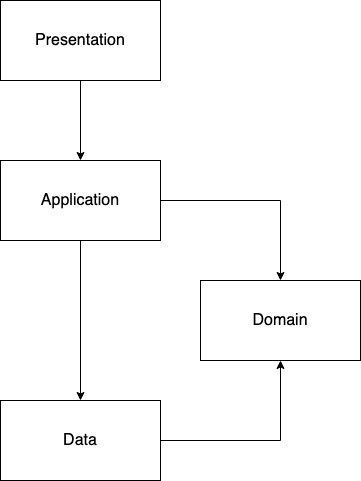
This is clean-architecture.png from bohdanmoroziuk/booky, a draw.io export, as it was before one commit. Source tidied: cells renumbered, new cells last; positions are measured from the earlier drawing's top-left corner, leaving out a move shared by most shapes.
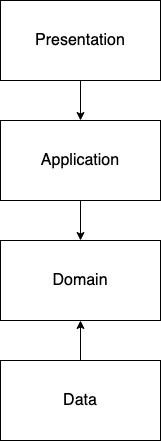
The same file after the commit.

Commit message:
fix: add correct diagram

What changed in the source:
```diff
@@ -6,33 +6,22 @@
       <mxGeometry width="160" height="80" as="geometry" />
     </mxCell>
     <mxCell id="3" value="&lt;font style=&quot;font-size: 16px;&quot;&gt;Domain&lt;/font&gt;" style="rounded=0;whiteSpace=wrap;html=1;" parent="1" vertex="1">
-      <mxGeometry x="200" y="280" width="160" height="80" as="geometry" />
+      <mxGeometry y="240" width="160" height="80" as="geometry" />
     </mxCell>
     <mxCell id="4" value="&lt;font style=&quot;font-size: 16px;&quot;&gt;Data&lt;/font&gt;" style="rounded=0;whiteSpace=wrap;html=1;" parent="1" vertex="1">
-      <mxGeometry y="400" width="160" height="80" as="geometry" />
+      <mxGeometry y="360" width="160" height="80" as="geometry" />
     </mxCell>
     <mxCell id="5" value="&lt;font style=&quot;font-size: 16px;&quot;&gt;Application&lt;/font&gt;" style="rounded=0;whiteSpace=wrap;html=1;" parent="1" vertex="1">
-      <mxGeometry y="160" width="160" height="80" as="geometry" />
+      <mxGeometry y="120" width="160" height="80" as="geometry" />
     </mxCell>
     <mxCell id="6" style="endArrow=classic;html=1;rounded=0;exitX=0.5;exitY=1;exitDx=0;exitDy=0;entryX=0.5;entryY=0;entryDx=0;entryDy=0;" parent="1" edge="1" source="2" target="5">
       <mxGeometry relative="1" as="geometry" />
     </mxCell>
-    <mxCell id="7" style="endArrow=classic;html=1;rounded=0;exitX=1;exitY=0.5;exitDx=0;exitDy=0;entryX=0.5;entryY=0;entryDx=0;entryDy=0;" parent="1" edge="1" source="5" target="3">
-      <mxGeometry relative="1" as="geometry">
-        <Array as="points">
-          <mxPoint x="280" y="200" />
-        </Array>
-      </mxGeometry>
+    <mxCell id="7" style="endArrow=classic;html=1;rounded=0;entryX=0.5;entryY=0;entryDx=0;entryDy=0;exitX=0.5;exitY=1;exitDx=0;exitDy=0;" parent="1" edge="1" source="5" target="3">
+      <mxGeometry relative="1" as="geometry" />
     </mxCell>
-    <mxCell id="8" style="endArrow=classic;html=1;rounded=0;entryX=0.5;entryY=1;entryDx=0;entryDy=0;exitX=1;exitY=0.5;exitDx=0;exitDy=0;" parent="1" edge="1" source="4" target="3">
-      <mxGeometry relative="1" as="geometry">
-        <Array as="points">
-          <mxPoint x="280" y="440" />
-        </Array>
-      </mxGeometry>
+    <mxCell id="8" style="endArrow=classic;html=1;rounded=0;entryX=0.5;entryY=1;entryDx=0;entryDy=0;exitX=0.5;exitY=0;exitDx=0;exitDy=0;" parent="1" edge="1" source="4" target="3">
+      <mxGeometry relative="1" as="geometry" />
     </mxCell>
-    <mxCell id="9" style="endArrow=classic;html=1;rounded=0;exitX=0.5;exitY=1;exitDx=0;exitDy=0;entryX=0.5;entryY=0;entryDx=0;entryDy=0;" parent="1" edge="1" source="5" target="4">
-      <mxGeometry relative="1" as="geometry" />
-    </mxCell>
   </root>
 </mxGraphModel>
```
